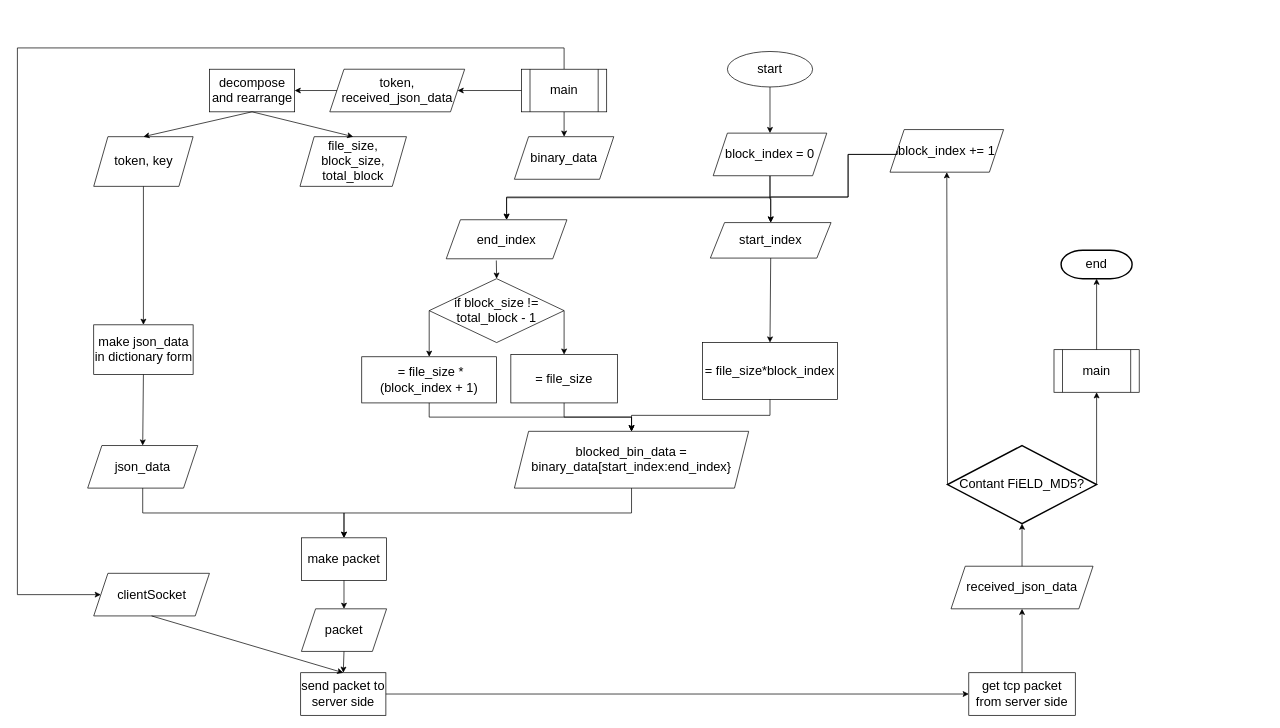
1102131860/CAN201 keeps this draw.io diagram as page "file uploading" (5 of 5) of Untitled Diagram.drawio. Above is the earlier version. Source tidied: cells renumbered, new cells numbered last; positions are measured from the earlier drawing's top-left corner, leaving out a move shared by most shapes. Both pictures are drawn from the tidied source at 71%, with x=0, y=0 at pixel (17, 48).
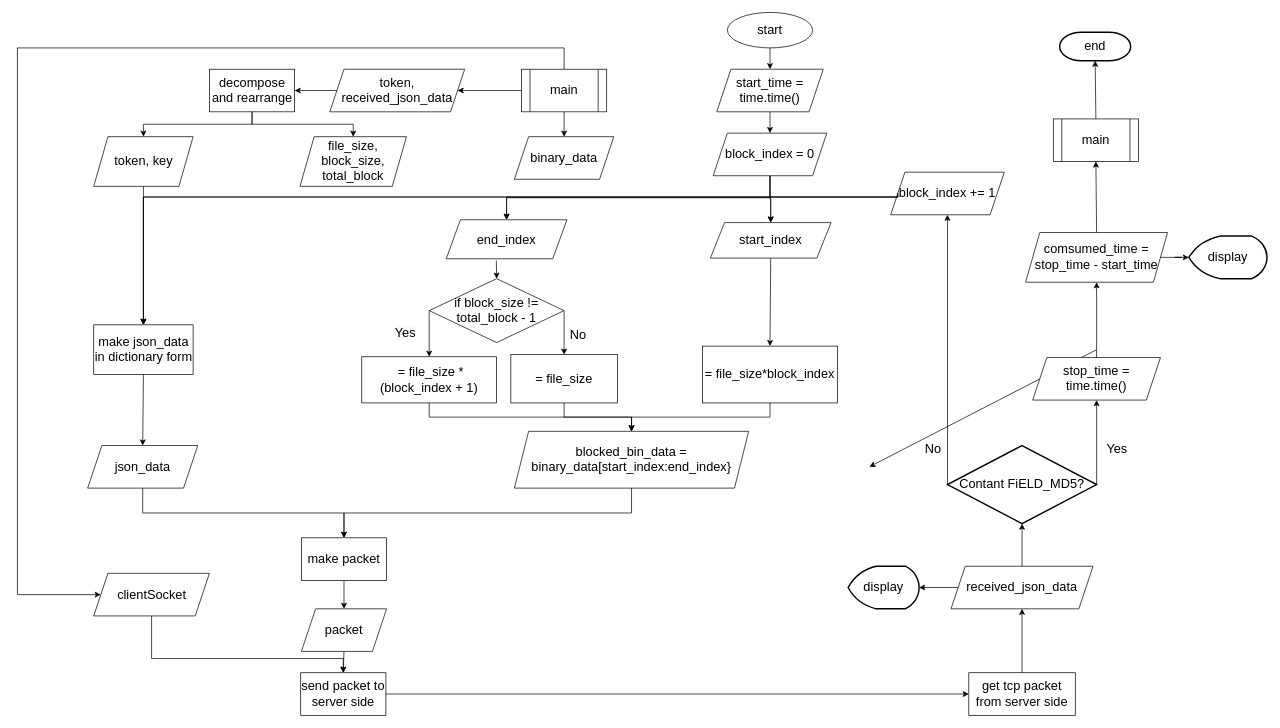
Above is the later version.

Unchanged cells that the change refers to:
```xml
<mxCell id="3" value="make json_data in dictionary form" style="rounded=0;whiteSpace=wrap;html=1;fontSize=18;" parent="1" vertex="1">
  <mxGeometry x="107.5" y="390" width="140" height="70" as="geometry" />
</mxCell>
<mxCell id="7" value="decompose and rearrange" style="rounded=0;whiteSpace=wrap;html=1;fontSize=18;" parent="1" vertex="1">
  <mxGeometry x="270.5" y="30" width="120" height="60" as="geometry" />
</mxCell>
<mxCell id="10" value="start_index" style="shape=parallelogram;perimeter=parallelogramPerimeter;whiteSpace=wrap;html=1;fixedSize=1;fontSize=18;" parent="1" vertex="1">
  <mxGeometry x="976" y="246" width="170" height="50" as="geometry" />
</mxCell>
<mxCell id="12" value="end_index" style="shape=parallelogram;perimeter=parallelogramPerimeter;whiteSpace=wrap;html=1;fixedSize=1;fontSize=18;" parent="1" vertex="1">
  <mxGeometry x="604" y="242" width="170" height="55" as="geometry" />
</mxCell>
<mxCell id="17" value="token, key" style="shape=parallelogram;perimeter=parallelogramPerimeter;whiteSpace=wrap;html=1;fixedSize=1;fontSize=18;" parent="1" vertex="1">
  <mxGeometry x="107.5" y="125" width="140" height="70" as="geometry" />
</mxCell>
<mxCell id="18" value="file_size, block_size, total_block" style="shape=parallelogram;perimeter=parallelogramPerimeter;whiteSpace=wrap;html=1;fixedSize=1;fontSize=18;" parent="1" vertex="1">
  <mxGeometry x="398" y="125" width="150" height="70" as="geometry" />
</mxCell>
<mxCell id="19" value="clientSocket" style="shape=parallelogram;perimeter=parallelogramPerimeter;whiteSpace=wrap;html=1;fixedSize=1;fontSize=18;" parent="1" vertex="1">
  <mxGeometry x="107.5" y="740" width="163" height="60" as="geometry" />
</mxCell>
<mxCell id="26" value="send packet to server side" style="rounded=0;whiteSpace=wrap;html=1;fontSize=18;" parent="1" vertex="1">
  <mxGeometry x="399" y="880" width="120" height="60" as="geometry" />
</mxCell>
<mxCell id="28" value="Contant FiELD_MD5?" style="strokeWidth=2;html=1;shape=mxgraph.flowchart.decision;whiteSpace=wrap;fontSize=18;" parent="1" vertex="1">
  <mxGeometry x="1310" y="560" width="210" height="110" as="geometry" />
</mxCell>
<mxCell id="29" value="received_json_data" style="shape=parallelogram;perimeter=parallelogramPerimeter;whiteSpace=wrap;html=1;fixedSize=1;fontSize=18;" parent="1" vertex="1">
  <mxGeometry x="1315" y="730" width="200" height="60" as="geometry" />
</mxCell>
<mxCell id="47" value="block_index = 0" style="shape=parallelogram;perimeter=parallelogramPerimeter;whiteSpace=wrap;html=1;fixedSize=1;fontSize=18;" parent="1" vertex="1">
  <mxGeometry x="980" y="120" width="160" height="60" as="geometry" />
</mxCell>
```

The edit, as a diff of the source:
```diff
@@
-    <mxCell id="2" value="start" style="ellipse;whiteSpace=wrap;html=1;fontSize=18;" parent="1" vertex="1">
-      <mxGeometry x="1000" y="5" width="120" height="50" as="geometry" />
-    </mxCell>
@@
-    <mxCell id="9" style="endArrow=classic;html=1;rounded=0;fontSize=18;exitX=0.5;exitY=1;exitDx=0;exitDy=0;entryX=0.5;entryY=0;entryDx=0;entryDy=0;" parent="1" edge="1" source="2" target="47">
+    <mxCell id="9" style="endArrow=classic;html=1;rounded=0;fontSize=18;exitX=0.5;exitY=1;exitDx=0;exitDy=0;entryX=0.5;entryY=0;entryDx=0;entryDy=0;" parent="1" edge="1" source="64" target="47">
       <mxGeometry relative="1" as="geometry" />
     </mxCell>
@@
     <mxCell id="23" value="= file_size*block_index" style="rounded=0;whiteSpace=wrap;html=1;fontSize=18;" parent="1" vertex="1">
-      <mxGeometry x="965" y="415" width="190" height="80" as="geometry" />
+      <mxGeometry x="965" y="420" width="190" height="80" as="geometry" />
     </mxCell>
@@
-    <mxCell id="30" value="main" style="shape=process;whiteSpace=wrap;html=1;backgroundOutline=1;fontSize=18;" parent="1" vertex="1">
-      <mxGeometry x="1460" y="425" width="120" height="60" as="geometry" />
-    </mxCell>
-    <mxCell id="31" value="end" style="strokeWidth=2;html=1;shape=mxgraph.flowchart.terminator;whiteSpace=wrap;fontSize=18;" parent="1" vertex="1">
-      <mxGeometry x="1470" y="285" width="100" height="40" as="geometry" />
-    </mxCell>
@@
-    <mxCell id="34" style="endArrow=classic;html=1;rounded=0;fontSize=18;exitX=0.5;exitY=1;exitDx=0;exitDy=0;entryX=0.5;entryY=0;entryDx=0;entryDy=0;" parent="1" edge="1" source="7" target="17">
+    <mxCell id="34" style="endArrow=classic;html=1;rounded=0;fontSize=18;exitX=0.5;exitY=1;exitDx=0;exitDy=0;entryX=0.5;entryY=0;entryDx=0;entryDy=0;edgeStyle=orthogonalEdgeStyle;" parent="1" edge="1" source="7" target="17">
       <mxGeometry relative="1" as="geometry" />
     </mxCell>
-    <mxCell id="35" style="endArrow=classic;html=1;rounded=0;fontSize=18;entryX=0.5;entryY=0;entryDx=0;entryDy=0;exitX=0.5;exitY=1;exitDx=0;exitDy=0;" parent="1" edge="1" source="7" target="18">
+    <mxCell id="35" style="endArrow=classic;html=1;rounded=0;fontSize=18;entryX=0.5;entryY=0;entryDx=0;entryDy=0;exitX=0.5;exitY=1;exitDx=0;exitDy=0;edgeStyle=orthogonalEdgeStyle;" parent="1" edge="1" source="7" target="18">
       <mxGeometry relative="1" as="geometry" />
     </mxCell>
@@
     <mxCell id="48" value="block_index += 1" style="shape=parallelogram;perimeter=parallelogramPerimeter;whiteSpace=wrap;html=1;fixedSize=1;fontSize=18;" parent="1" vertex="1">
-      <mxGeometry x="1229" y="115" width="160" height="60" as="geometry" />
+      <mxGeometry x="1230" y="175" width="160" height="60" as="geometry" />
     </mxCell>
@@
-    <mxCell id="51" style="endArrow=classic;html=1;rounded=0;fontSize=18;exitX=0.5;exitY=1;exitDx=0;exitDy=0;entryX=0.5;entryY=0;entryDx=0;entryDy=0;" parent="1" edge="1" source="19" target="26">
-      <mxGeometry relative="1" as="geometry" />
+    <mxCell id="51" style="endArrow=classic;html=1;rounded=0;fontSize=18;exitX=0.5;exitY=1;exitDx=0;exitDy=0;entryX=0.5;entryY=0;entryDx=0;entryDy=0;edgeStyle=orthogonalEdgeStyle;" parent="1" edge="1" source="19" target="26">
+      <mxGeometry relative="1" as="geometry">
+        <Array as="points">
+          <mxPoint x="189" y="860" />
+          <mxPoint x="459" y="860" />
+        </Array>
+      </mxGeometry>
     </mxCell>
@@
-    <mxCell id="56" style="endArrow=classic;html=1;rounded=0;fontSize=18;entryX=0.5;entryY=1;entryDx=0;entryDy=0;exitX=1;exitY=0.5;exitDx=0;exitDy=0;exitPerimeter=0;" parent="1" edge="1" source="28" target="30">
+    <mxCell id="56" style="endArrow=classic;html=1;rounded=0;fontSize=18;entryX=0.5;entryY=1;entryDx=0;entryDy=0;exitX=1;exitY=0.5;exitDx=0;exitDy=0;exitPerimeter=0;" parent="1" edge="1" source="28" target="66">
       <mxGeometry relative="1" as="geometry" />
     </mxCell>
-    <mxCell id="57" style="endArrow=classic;html=1;rounded=0;fontSize=18;entryX=0.5;entryY=1;entryDx=0;entryDy=0;entryPerimeter=0;exitX=0.5;exitY=0;exitDx=0;exitDy=0;" parent="1" edge="1" source="30" target="31">
-      <mxGeometry relative="1" as="geometry" />
+    <mxCell id="57" style="endArrow=classic;html=1;rounded=0;fontSize=18;entryX=0.5;entryY=1;entryDx=0;entryDy=0;entryPerimeter=0;exitX=0.5;exitY=0;exitDx=0;exitDy=0;" parent="1" edge="1">
+      <mxGeometry relative="1" as="geometry">
+        <mxPoint x="1520" y="425" as="sourcePoint" />
+        <mxPoint x="1200" y="590" as="targetPoint" />
+      </mxGeometry>
     </mxCell>
     <mxCell id="58" style="endArrow=classic;html=1;rounded=0;fontSize=18;entryX=0.5;entryY=0;entryDx=0;entryDy=0;exitX=0;exitY=0.5;exitDx=0;exitDy=0;edgeStyle=orthogonalEdgeStyle;" parent="1" edge="1" source="48" target="10">
       <mxGeometry relative="1" as="geometry">
         <Array as="points">
-          <mxPoint x="1170" y="150" />
-          <mxPoint x="1170" y="210" />
+          <mxPoint x="1240" y="210" />
           <mxPoint x="1061" y="210" />
         </Array>
       </mxGeometry>
     </mxCell>
     <mxCell id="59" style="endArrow=classic;html=1;rounded=0;fontSize=18;entryX=0.5;entryY=0;entryDx=0;entryDy=0;exitX=0;exitY=0.5;exitDx=0;exitDy=0;edgeStyle=orthogonalEdgeStyle;" parent="1" edge="1" source="48" target="12">
       <mxGeometry relative="1" as="geometry">
         <Array as="points">
-          <mxPoint x="1170" y="150" />
-          <mxPoint x="1170" y="210" />
+          <mxPoint x="1240" y="210" />
           <mxPoint x="689" y="210" />
         </Array>
       </mxGeometry>
     </mxCell>
+    <mxCell id="60" value="display" style="strokeWidth=2;html=1;shape=mxgraph.flowchart.display;whiteSpace=wrap;fontSize=18;rotation=0;" parent="1" vertex="1">
+      <mxGeometry x="1170" y="730" width="100" height="60" as="geometry" />
+    </mxCell>
+    <mxCell id="61" style="endArrow=classic;html=1;rounded=0;fontSize=18;exitX=0;exitY=0.5;exitDx=0;exitDy=0;entryX=1;entryY=0.5;entryDx=0;entryDy=0;entryPerimeter=0;" parent="1" edge="1" source="29" target="60">
+      <mxGeometry relative="1" as="geometry" />
+    </mxCell>
+    <mxCell id="62" style="endArrow=classic;html=1;rounded=0;fontSize=18;exitX=0.5;exitY=1;exitDx=0;exitDy=0;entryX=0.5;entryY=0;entryDx=0;entryDy=0;edgeStyle=orthogonalEdgeStyle;" parent="1" edge="1" source="47" target="3">
+      <mxGeometry relative="1" as="geometry">
+        <Array as="points">
+          <mxPoint x="1060" y="210" />
+          <mxPoint x="178" y="210" />
+        </Array>
+      </mxGeometry>
+    </mxCell>
+    <mxCell id="63" style="endArrow=classic;html=1;rounded=0;fontSize=18;entryX=0.5;entryY=0;entryDx=0;entryDy=0;edgeStyle=orthogonalEdgeStyle;exitX=0;exitY=0.5;exitDx=0;exitDy=0;" parent="1" edge="1" source="48" target="3">
+      <mxGeometry relative="1" as="geometry">
+        <Array as="points">
+          <mxPoint x="1240" y="210" />
+          <mxPoint x="178" y="210" />
+        </Array>
+      </mxGeometry>
+    </mxCell>
+    <mxCell id="64" value="start_time = time.time()" style="shape=parallelogram;perimeter=parallelogramPerimeter;whiteSpace=wrap;html=1;fixedSize=1;fontSize=18;" parent="1" vertex="1">
+      <mxGeometry x="985" y="30" width="150" height="60" as="geometry" />
+    </mxCell>
+    <mxCell id="2" value="start" style="ellipse;whiteSpace=wrap;html=1;fontSize=18;" parent="1" vertex="1">
+      <mxGeometry x="1000" y="-50" width="120" height="50" as="geometry" />
+    </mxCell>
+    <mxCell id="65" style="endArrow=classic;html=1;rounded=0;fontSize=18;exitX=0.5;exitY=1;exitDx=0;exitDy=0;entryX=0.5;entryY=0;entryDx=0;entryDy=0;" parent="1" edge="1" source="2" target="64">
+      <mxGeometry relative="1" as="geometry" />
+    </mxCell>
+    <mxCell id="30" value="main" style="shape=process;whiteSpace=wrap;html=1;backgroundOutline=1;fontSize=18;" parent="1" vertex="1">
+      <mxGeometry x="1459" y="100" width="120" height="60" as="geometry" />
+    </mxCell>
+    <mxCell id="31" value="end" style="strokeWidth=2;html=1;shape=mxgraph.flowchart.terminator;whiteSpace=wrap;fontSize=18;" parent="1" vertex="1">
+      <mxGeometry x="1468" y="-22" width="100" height="40" as="geometry" />
+    </mxCell>
+    <mxCell id="66" value="stop_time = time.time()" style="shape=parallelogram;perimeter=parallelogramPerimeter;whiteSpace=wrap;html=1;fixedSize=1;fontSize=18;" parent="1" vertex="1">
+      <mxGeometry x="1430" y="436" width="180" height="60" as="geometry" />
+    </mxCell>
+    <mxCell id="67" value="comsumed_time = stop_time - start_time" style="shape=parallelogram;perimeter=parallelogramPerimeter;whiteSpace=wrap;html=1;fixedSize=1;fontSize=18;" parent="1" vertex="1">
+      <mxGeometry x="1420" y="260" width="200" height="70" as="geometry" />
+    </mxCell>
+    <mxCell id="68" value="display" style="strokeWidth=2;html=1;shape=mxgraph.flowchart.display;whiteSpace=wrap;fontSize=18;" parent="1" vertex="1">
+      <mxGeometry x="1650" y="265" width="110" height="60" as="geometry" />
+    </mxCell>
+    <mxCell id="69" style="edgeStyle=orthogonalEdgeStyle;rounded=0;jettySize=auto;html=1;fontSize=18;" parent="1" edge="1" source="67" target="68">
+      <mxGeometry relative="1" as="geometry" />
+    </mxCell>
+    <mxCell id="70" style="endArrow=classic;html=1;rounded=0;fontSize=18;entryX=0.5;entryY=1;entryDx=0;entryDy=0;exitX=0.5;exitY=0;exitDx=0;exitDy=0;" parent="1" edge="1" source="66" target="67">
+      <mxGeometry relative="1" as="geometry" />
+    </mxCell>
+    <mxCell id="71" style="endArrow=classic;html=1;rounded=0;fontSize=18;exitX=0.5;exitY=0;exitDx=0;exitDy=0;entryX=0.5;entryY=1;entryDx=0;entryDy=0;" parent="1" edge="1" source="67" target="30">
+      <mxGeometry relative="1" as="geometry" />
+    </mxCell>
+    <mxCell id="72" style="endArrow=classic;html=1;rounded=0;fontSize=18;exitX=0.5;exitY=0;exitDx=0;exitDy=0;entryX=0.5;entryY=1;entryDx=0;entryDy=0;entryPerimeter=0;" parent="1" edge="1" source="30" target="31">
+      <mxGeometry relative="1" as="geometry" />
+    </mxCell>
+    <mxCell id="73" value="No" style="text;html=1;strokeColor=none;fillColor=none;align=center;verticalAlign=middle;whiteSpace=wrap;rounded=0;fontSize=18;" parent="1" vertex="1">
+      <mxGeometry x="1260" y="550" width="60" height="30" as="geometry" />
+    </mxCell>
+    <mxCell id="74" value="Yes" style="text;html=1;strokeColor=none;fillColor=none;align=center;verticalAlign=middle;whiteSpace=wrap;rounded=0;fontSize=18;" parent="1" vertex="1">
+      <mxGeometry x="1519" y="550" width="60" height="30" as="geometry" />
+    </mxCell>
+    <mxCell id="75" value="No" style="text;html=1;strokeColor=none;fillColor=none;align=center;verticalAlign=middle;whiteSpace=wrap;rounded=0;fontSize=18;" parent="1" vertex="1">
+      <mxGeometry x="760" y="390" width="60" height="30" as="geometry" />
+    </mxCell>
+    <mxCell id="76" value="&lt;span style=&quot;color: rgb(0, 0, 0); font-family: Helvetica; font-size: 18px; font-style: normal; font-variant-ligatures: normal; font-variant-caps: normal; font-weight: 400; letter-spacing: normal; orphans: 2; text-align: center; text-indent: 0px; text-transform: none; widows: 2; word-spacing: 0px; -webkit-text-stroke-width: 0px; background-color: rgb(248, 249, 250); text-decoration-thickness: initial; text-decoration-style: initial; text-decoration-color: initial; float: none; display: inline !important;&quot;&gt;Yes&lt;/span&gt;" style="text;whiteSpace=wrap;html=1;fontSize=18;" parent="1" vertex="1">
+      <mxGeometry x="530" y="385" width="36" height="30" as="geometry" />
+    </mxCell>
```
